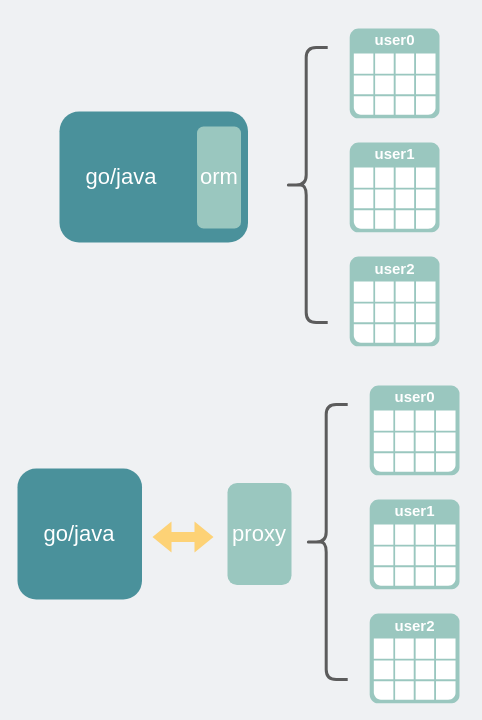
Above: network/通过proxy管理分表.drawio in xiaobaiTech/image (draw.io), before the change. Source tidied: cells renumbered, new cells numbered last; positions are measured from the earlier drawing's top-left corner, leaving out a move shared by most shapes. Both pictures are drawn from the tidied source at 100%, with x=0, y=0 at pixel (17, 17).
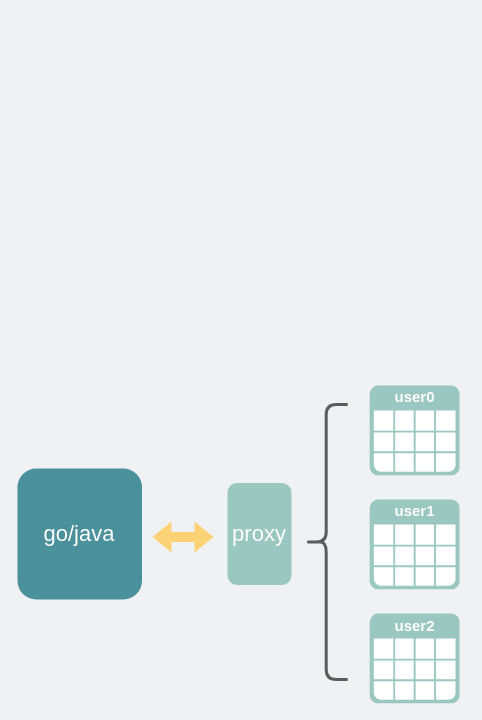
The same page after the edit.

Commit message:
Update 通过proxy管理分表.drawio

Change to the diagram source:
```diff
@@
-    <mxCell id="2" style="rounded=1;whiteSpace=wrap;html=1;fillColor=#4A919B;strokeColor=none;" parent="1" vertex="1">
-      <mxGeometry x="42" y="94" width="188.5" height="131" as="geometry" />
-    </mxCell>
-    <mxCell id="3" style="shadow=0;dashed=0;html=1;strokeColor=none;fillColor=#9AC7BF;labelPosition=center;verticalLabelPosition=bottom;verticalAlign=top;align=center;shape=mxgraph.veeam.table;fontSize=22;" parent="1" vertex="1">
-      <mxGeometry x="332.2" y="11" width="89.8" height="89.8" as="geometry" />
-    </mxCell>
-    <mxCell id="4" value="&lt;font color=&quot;#ffffff&quot; style=&quot;font-size: 22px;&quot;&gt;orm&lt;/font&gt;" style="rounded=1;whiteSpace=wrap;html=1;fillColor=#9AC7BF;strokeColor=none;" parent="1" vertex="1">
-      <mxGeometry x="179.5" y="109" width="44" height="102" as="geometry" />
-    </mxCell>
-    <mxCell id="5" value="&lt;font color=&quot;#ffffff&quot;&gt;go/java&lt;/font&gt;" style="text;html=1;strokeColor=none;fillColor=none;align=center;verticalAlign=middle;whiteSpace=wrap;rounded=0;fontSize=22;" parent="1" vertex="1">
-      <mxGeometry x="73.5" y="144.5" width="60" height="30" as="geometry" />
-    </mxCell>
-    <mxCell id="6" style="shadow=0;dashed=0;html=1;strokeColor=none;fillColor=#9AC7BF;labelPosition=center;verticalLabelPosition=bottom;verticalAlign=top;align=center;shape=mxgraph.veeam.table;fontSize=22;" parent="1" vertex="1">
-      <mxGeometry x="332.2" y="125" width="89.8" height="89.8" as="geometry" />
-    </mxCell>
-    <mxCell id="7" style="shadow=0;dashed=0;html=1;strokeColor=none;fillColor=#9AC7BF;labelPosition=center;verticalLabelPosition=bottom;verticalAlign=top;align=center;shape=mxgraph.veeam.table;fontSize=22;" parent="1" vertex="1">
-      <mxGeometry x="332.2" y="239" width="89.8" height="89.8" as="geometry" />
-    </mxCell>
-    <mxCell id="8" style="shape=curlyBracket;whiteSpace=wrap;html=1;rounded=1;fontSize=22;fontColor=#FFFFFF;strokeColor=#5C5C5C;fillColor=none;strokeWidth=3;" parent="1" vertex="1">
-      <mxGeometry x="267.2" y="30" width="43" height="275" as="geometry" />
-    </mxCell>
-    <mxCell id="9" value="&lt;span style=&quot;font-size: 15px;&quot;&gt;user0&lt;/span&gt;" style="text;strokeColor=none;fillColor=none;html=1;fontSize=24;fontStyle=1;verticalAlign=middle;align=center;fontColor=#FFFFFF;" parent="1" vertex="1">
-      <mxGeometry x="327.1" width="100" height="40" as="geometry" />
-    </mxCell>
-    <mxCell id="10" value="&lt;span style=&quot;font-size: 15px;&quot;&gt;user1&lt;/span&gt;" style="text;strokeColor=none;fillColor=none;html=1;fontSize=24;fontStyle=1;verticalAlign=middle;align=center;fontColor=#FFFFFF;" parent="1" vertex="1">
-      <mxGeometry x="327.1" y="114" width="100" height="40" as="geometry" />
-    </mxCell>
-    <mxCell id="11" value="&lt;span style=&quot;font-size: 15px;&quot;&gt;user2&lt;/span&gt;" style="text;strokeColor=none;fillColor=none;html=1;fontSize=24;fontStyle=1;verticalAlign=middle;align=center;fontColor=#FFFFFF;" parent="1" vertex="1">
-      <mxGeometry x="327.1" y="229" width="100" height="40" as="geometry" />
-    </mxCell>
```
